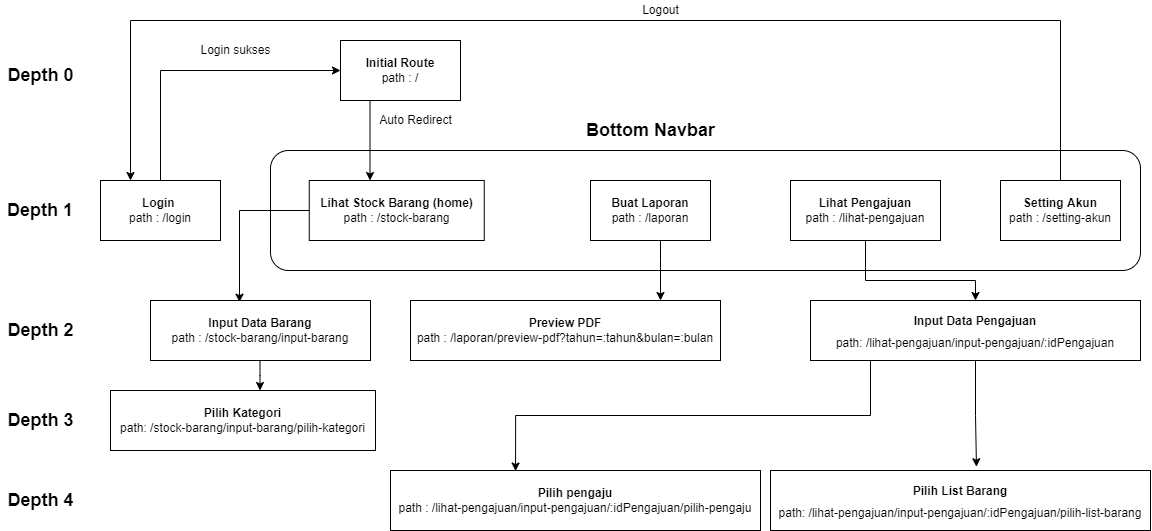
Before: dokumentasi/struktur_path_aplikasi.png, a diagram exported from draw.io (hezbims/frontend_inventory_system). Source tidied: cells renumbered, new cells last; positions are measured from the earlier drawing's top-left corner, leaving out a move shared by most shapes.
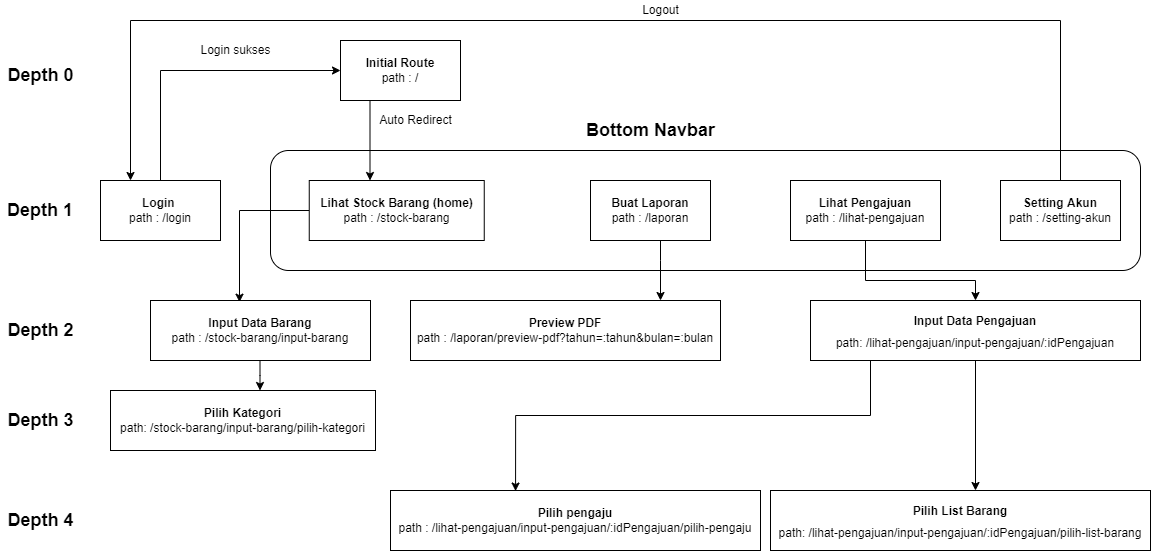
After the commit.

Commit message:
depth 1 berhasil

Diff of the diagram source:
```diff
@@ -96,8 +96,10 @@
         </Array>
       </mxGeometry>
     </mxCell>
-    <mxCell id="24" style="edgeStyle=orthogonalEdgeStyle;rounded=0;jettySize=auto;html=1;entryX=0.542;entryY=-0.063;entryDx=0;entryDy=0;entryPerimeter=0;fontSize=12;startArrow=none;startFill=0;endArrow=classic;endFill=1;" parent="1" edge="1" source="25" target="32">
-      <mxGeometry relative="1" as="geometry" />
+    <mxCell id="24" style="edgeStyle=orthogonalEdgeStyle;rounded=0;jettySize=auto;html=1;fontSize=12;startArrow=none;startFill=0;endArrow=classic;endFill=1;" parent="1" edge="1" source="25">
+      <mxGeometry relative="1" as="geometry">
+        <mxPoint x="975" y="490" as="targetPoint" />
+      </mxGeometry>
     </mxCell>
     <mxCell id="25" value="&lt;font size=&quot;1&quot;&gt;&lt;span style=&quot;font-size: 12px&quot;&gt;&lt;b&gt;Input Data Pengajuan&lt;/b&gt;&lt;br&gt;path: /lihat-pengajuan/input-pengajuan/:idPengajuan&lt;br&gt;&lt;/span&gt;&lt;/font&gt;" style="rounded=0;whiteSpace=wrap;html=1;fontSize=18;" parent="1" vertex="1">
       <mxGeometry x="810" y="300" width="330" height="60" as="geometry" />
@@ -106,7 +108,7 @@
       <mxGeometry x="110" y="390" width="265" height="60" as="geometry" />
     </mxCell>
     <mxCell id="27" value="&lt;b&gt;Pilih pengaju&lt;/b&gt;&lt;br&gt;path : /lihat-pengajuan/input-pengajuan/:idPengajuan/pilih-pengaju" style="rounded=0;whiteSpace=wrap;html=1;fontSize=12;" parent="1" vertex="1">
-      <mxGeometry x="390" y="470" width="370" height="60" as="geometry" />
+      <mxGeometry x="390" y="490" width="370" height="60" as="geometry" />
     </mxCell>
     <mxCell id="28" value="&lt;b&gt;&lt;font style=&quot;font-size: 18px&quot;&gt;Depth 2&lt;/font&gt;&lt;/b&gt;" style="text;html=1;align=center;verticalAlign=middle;strokeColor=none;fillColor=none;fontSize=12;" parent="1" vertex="1">
       <mxGeometry y="320" width="80" height="20" as="geometry" />
@@ -118,10 +120,10 @@
       <mxGeometry y="410" width="80" height="20" as="geometry" />
     </mxCell>
     <mxCell id="31" value="&lt;b&gt;&lt;font style=&quot;font-size: 18px&quot;&gt;Depth 4&lt;/font&gt;&lt;/b&gt;" style="text;html=1;align=center;verticalAlign=middle;strokeColor=none;fillColor=none;fontSize=12;" parent="1" vertex="1">
-      <mxGeometry y="490" width="80" height="20" as="geometry" />
+      <mxGeometry y="510" width="80" height="20" as="geometry" />
     </mxCell>
     <mxCell id="32" value="&lt;font size=&quot;1&quot;&gt;&lt;span style=&quot;font-size: 12px&quot;&gt;&lt;b&gt;Pilih List Barang&lt;/b&gt;&lt;br&gt;path: /lihat-pengajuan/input-pengajuan/:idPengajuan/pilih-list-barang&lt;br&gt;&lt;/span&gt;&lt;/font&gt;" style="rounded=0;whiteSpace=wrap;html=1;fontSize=18;" parent="1" vertex="1">
-      <mxGeometry x="770" y="470" width="380" height="60" as="geometry" />
+      <mxGeometry x="770" y="490" width="380" height="60" as="geometry" />
     </mxCell>
   </root>
 </mxGraphModel>
```
